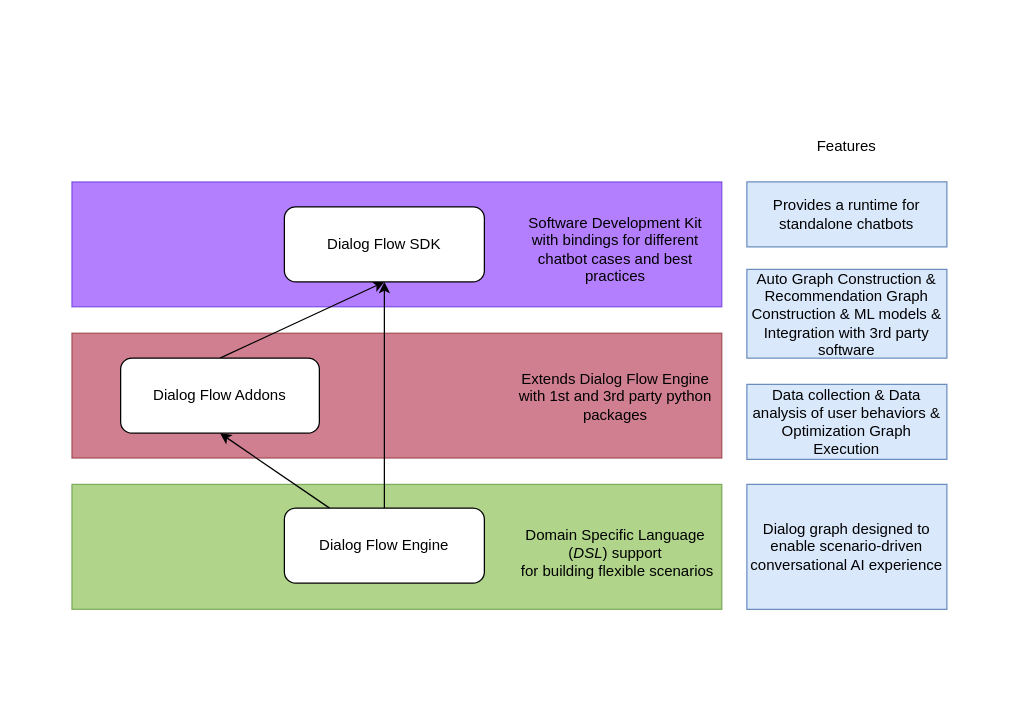
The draw.io diagram drawio/dff_stack.dio in deeppavlovteam/dialog_flow_framework, before the edit. Source tidied: cells renumbered, new cells numbered last; positions are measured from the earlier drawing's top-left corner, leaving out a move shared by most shapes. Both pictures are drawn from the tidied source at 125%, with x=0, y=0 at pixel (71, 134).
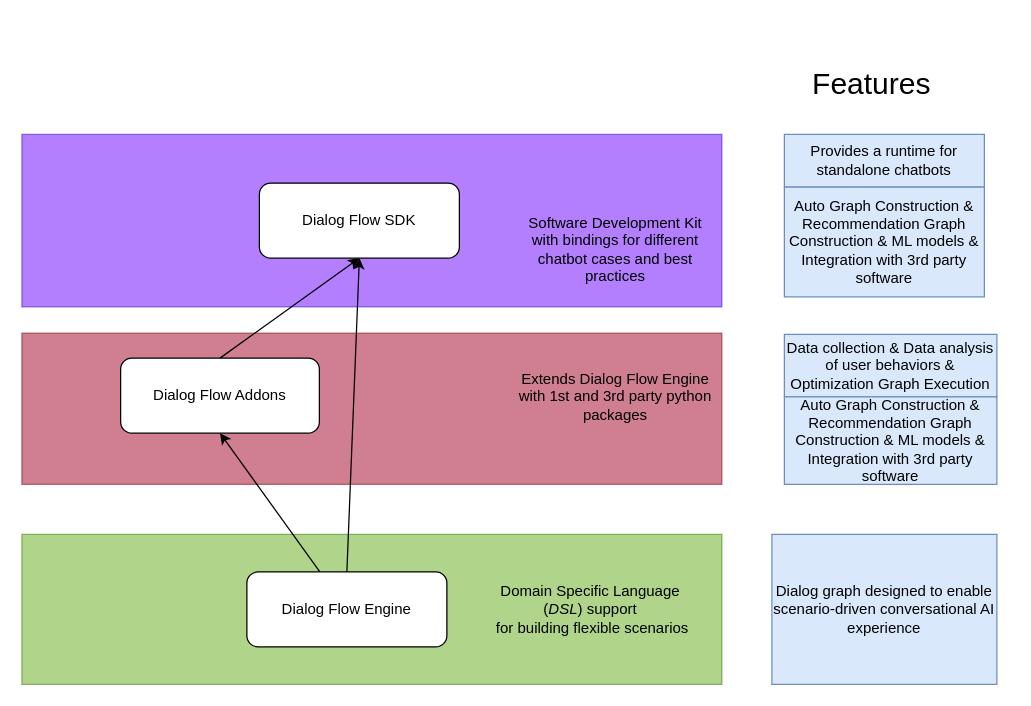
The same page after the edit.

What changed in the source:
```diff
@@
 <mxGraphModel>
   <root>
     <mxCell id="0" />
     <mxCell id="1" parent="0" />
     <mxCell id="2" value="&lt;span&gt;Dialog graph designed to enable scenario-driven conversational AI experience&lt;/span&gt;" style="rounded=0;whiteSpace=wrap;html=1;fillColor=#dae8fc;strokeColor=#6c8ebf;" parent="1" vertex="1">
-      <mxGeometry x="540" y="280" width="160" height="100" as="geometry" />
+      <mxGeometry x="560" y="320" width="180" height="120" as="geometry" />
     </mxCell>
     <mxCell id="3" style="rounded=0;whiteSpace=wrap;html=1;opacity=50;fillColor=#6a00ff;strokeColor=#3700CC;fontColor=#ffffff;" parent="1" vertex="1">
-      <mxGeometry y="38" width="520" height="100" as="geometry" />
+      <mxGeometry x="-40" width="560" height="138" as="geometry" />
     </mxCell>
     <mxCell id="4" style="rounded=0;whiteSpace=wrap;html=1;opacity=50;fillColor=#a20025;strokeColor=#6F0000;fontColor=#ffffff;" parent="1" vertex="1">
-      <mxGeometry y="159" width="520" height="100" as="geometry" />
+      <mxGeometry x="-40" y="159" width="560" height="121" as="geometry" />
     </mxCell>
     <mxCell id="5" style="rounded=0;whiteSpace=wrap;html=1;opacity=50;fillColor=#60a917;strokeColor=#2D7600;fontColor=#ffffff;" parent="1" vertex="1">
-      <mxGeometry y="280" width="520" height="100" as="geometry" />
+      <mxGeometry x="-40" y="320" width="560" height="120" as="geometry" />
     </mxCell>
     <mxCell id="6" style="edgeStyle=none;html=1;entryX=0.5;entryY=1;entryDx=0;entryDy=0;" parent="1" edge="1" source="8" target="10">
       <mxGeometry relative="1" as="geometry" />
     </mxCell>
     <mxCell id="7" style="edgeStyle=none;html=1;exitX=0.5;exitY=0;exitDx=0;exitDy=0;entryX=0.5;entryY=1;entryDx=0;entryDy=0;" parent="1" edge="1" source="8" target="11">
       <mxGeometry relative="1" as="geometry" />
     </mxCell>
     <mxCell id="8" value="Dialog Flow Engine" style="rounded=1;whiteSpace=wrap;html=1;" parent="1" vertex="1">
-      <mxGeometry x="170" y="299" width="160" height="60" as="geometry" />
+      <mxGeometry x="140" y="350" width="160" height="60" as="geometry" />
     </mxCell>
     <mxCell id="9" style="edgeStyle=none;html=1;exitX=0.5;exitY=0;exitDx=0;exitDy=0;entryX=0.5;entryY=1;entryDx=0;entryDy=0;" parent="1" edge="1" source="10" target="11">
       <mxGeometry relative="1" as="geometry" />
     </mxCell>
     <mxCell id="10" value="Dialog Flow Addons" style="rounded=1;whiteSpace=wrap;html=1;" parent="1" vertex="1">
       <mxGeometry x="39" y="179" width="159" height="60" as="geometry" />
     </mxCell>
     <mxCell id="11" value="Dialog Flow SDK" style="rounded=1;whiteSpace=wrap;html=1;" parent="1" vertex="1">
-      <mxGeometry x="170" y="58" width="160" height="60" as="geometry" />
+      <mxGeometry x="150" y="39" width="160" height="60" as="geometry" />
     </mxCell>
     <mxCell id="12" value="&lt;span class=&quot;text&quot; lang=&quot;en&quot;&gt;&lt;br&gt;Domain Specific Language (&lt;em&gt;DSL&lt;/em&gt;) support&lt;br&gt;&amp;nbsp;for building flexible scenarios&lt;br&gt;&amp;nbsp;&lt;/span&gt;" style="text;html=1;strokeColor=none;fillColor=none;align=center;verticalAlign=middle;whiteSpace=wrap;rounded=0;opacity=50;" parent="1" vertex="1">
-      <mxGeometry x="350" y="295" width="170" height="80" as="geometry" />
+      <mxGeometry x="330" y="340" width="170" height="80" as="geometry" />
     </mxCell>
     <mxCell id="13" value="Extends Dialog Flow Engine with&amp;nbsp;&lt;span class=&quot;VIiyi&quot; lang=&quot;en&quot;&gt;1st and 3rd party python packages&lt;/span&gt;" style="text;html=1;strokeColor=none;fillColor=none;align=center;verticalAlign=middle;whiteSpace=wrap;rounded=0;opacity=50;" parent="1" vertex="1">
       <mxGeometry x="350" y="170" width="170" height="80" as="geometry" />
     </mxCell>
     <mxCell id="14" value="Software Development Kit&lt;br&gt;with bindings for different chatbot cases and best practices" style="text;html=1;strokeColor=none;fillColor=none;align=center;verticalAlign=middle;whiteSpace=wrap;rounded=0;opacity=50;" parent="1" vertex="1">
       <mxGeometry x="350" y="52" width="170" height="80" as="geometry" />
     </mxCell>
-    <mxCell id="15" value="Features" style="text;html=1;strokeColor=none;fillColor=none;align=center;verticalAlign=middle;whiteSpace=wrap;rounded=0;" parent="1" vertex="1">
-      <mxGeometry x="540" width="160" height="20" as="geometry" />
+    <mxCell id="15" value="&lt;font style=&quot;font-size: 24px&quot;&gt;Features&lt;/font&gt;" style="text;html=1;strokeColor=none;fillColor=none;align=center;verticalAlign=middle;whiteSpace=wrap;rounded=0;" parent="1" vertex="1">
+      <mxGeometry x="530" y="-90" width="220" height="100" as="geometry" />
     </mxCell>
     <mxCell id="16" value="Data collection &amp;amp; Data analysis of user behaviors &amp;amp; Optimization Graph Execution" style="rounded=0;whiteSpace=wrap;html=1;fillColor=#dae8fc;strokeColor=#6c8ebf;" parent="1" vertex="1">
-      <mxGeometry x="540" y="200" width="160" height="60" as="geometry" />
+      <mxGeometry x="570" y="160" width="170" height="50" as="geometry" />
     </mxCell>
     <mxCell id="17" value="Auto Graph Construction &amp;amp; Recommendation Graph Construction &amp;amp; ML models &amp;amp; Integration with 3rd party software" style="rounded=0;whiteSpace=wrap;html=1;fillColor=#dae8fc;strokeColor=#6c8ebf;" parent="1" vertex="1">
-      <mxGeometry x="540" y="108" width="160" height="71" as="geometry" />
+      <mxGeometry x="570" y="42" width="160" height="88" as="geometry" />
     </mxCell>
     <mxCell id="18" value="Provides a runtime for standalone chatbots" style="rounded=0;whiteSpace=wrap;html=1;fillColor=#dae8fc;strokeColor=#6c8ebf;" parent="1" vertex="1">
-      <mxGeometry x="540" y="38" width="160" height="52" as="geometry" />
+      <mxGeometry x="570" width="160" height="42" as="geometry" />
     </mxCell>
+    <mxCell id="19" value="Auto Graph Construction &amp;amp; Recommendation Graph Construction &amp;amp; ML models &amp;amp; Integration with 3rd party software" style="rounded=0;whiteSpace=wrap;html=1;fillColor=#dae8fc;strokeColor=#6c8ebf;" parent="1" vertex="1">
+      <mxGeometry x="570" y="210" width="170" height="70" as="geometry" />
+    </mxCell>
   </root>
 </mxGraphModel>
```
